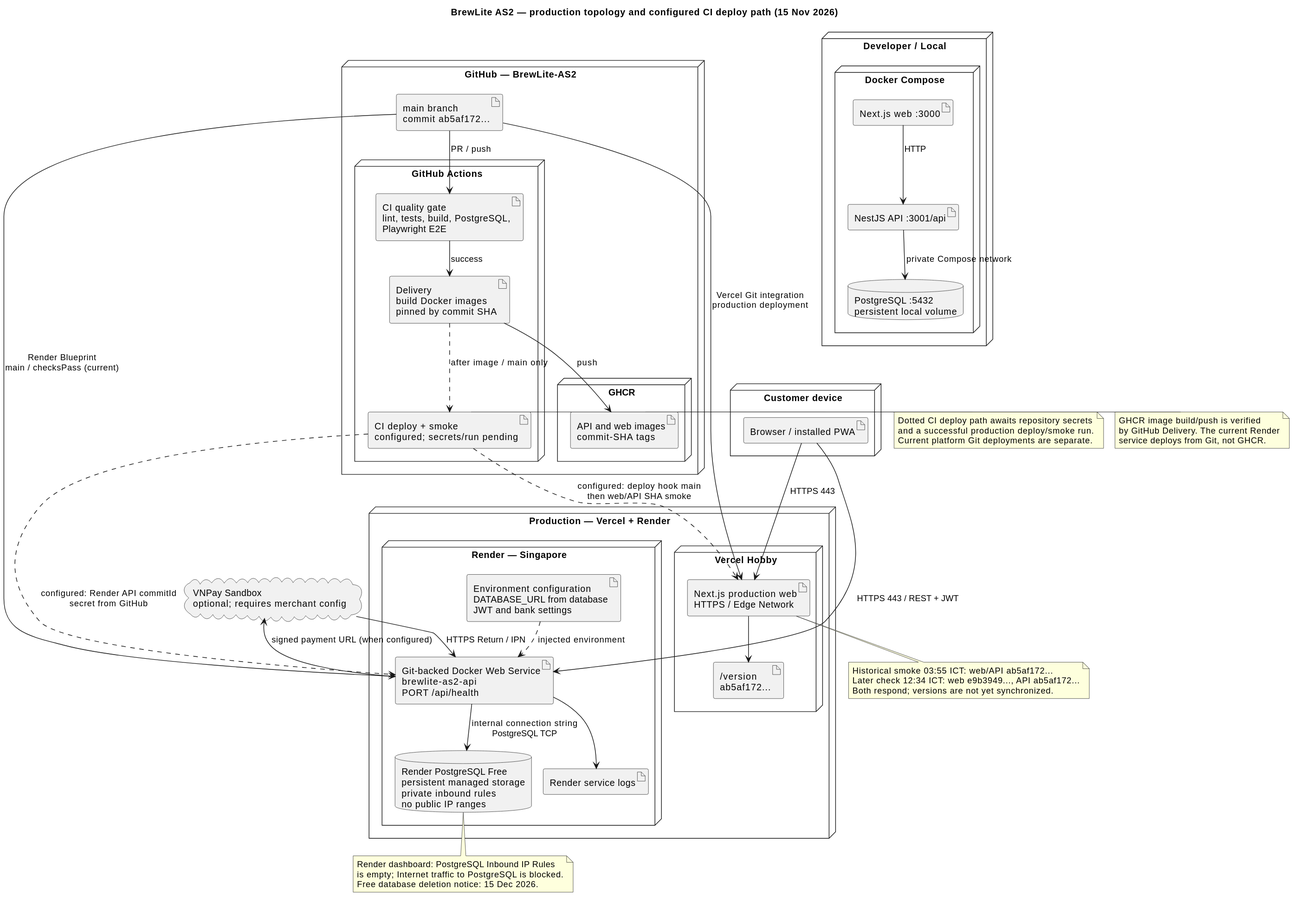
Earlier version of the PlantUML export docs/diagrams/deployment.svg (https-monstiez/BrewLite-AS2).
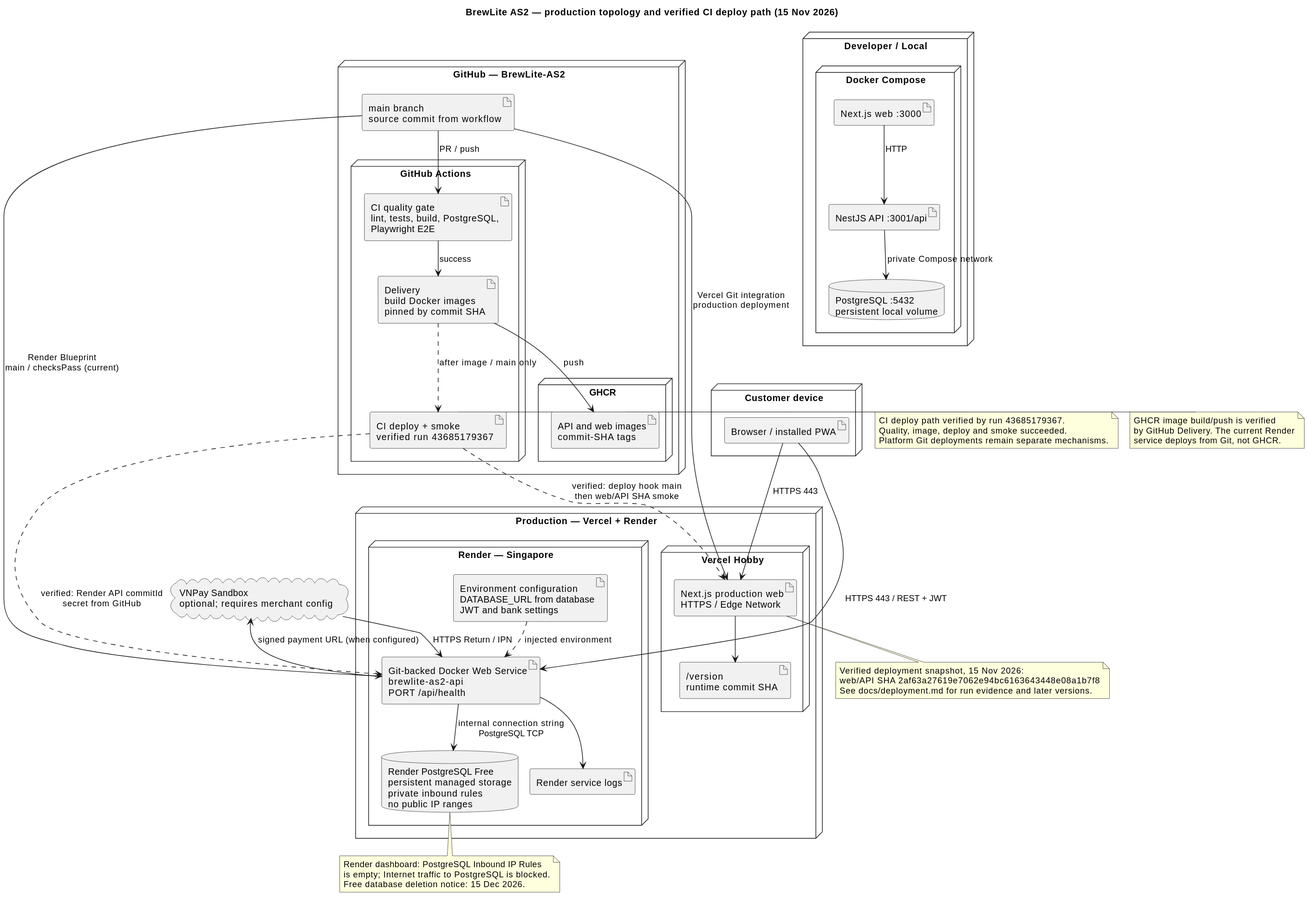
The same diagram one commit later.

Diff of the diagram source:
```diff
@@ -2,7 +2,7 @@
 !pragma layout smetana
 skinparam shadowing false
 skinparam defaultFontName SansSerif
-title BrewLite AS2 — production topology and configured CI deploy path (15 Nov 2026)
+title BrewLite AS2 — production topology and verified CI deploy path (15 Nov 2026)
 
 node "Developer / Local" {
   node "Docker Compose" {
@@ -15,11 +15,11 @@
 }
 
 node "GitHub — BrewLite-AS2" {
-  artifact "main branch\ncommit ab5af172..." as source
+  artifact "main branch\nsource commit from workflow" as source
   node "GitHub Actions" {
     artifact "CI quality gate\nlint, tests, build, PostgreSQL,\nPlaywright E2E" as ci
     artifact "Delivery\nbuild Docker images\npinned by commit SHA" as delivery
-    artifact "CI deploy + smoke\nconfigured; secrets/run pending" as cideploy
+    artifact "CI deploy + smoke\nverified run 43685179367" as cideploy
   }
   node "GHCR" {
     artifact "API and web images\ncommit-SHA tags" as images
@@ -32,7 +32,7 @@
 node "Production — Vercel + Render" {
   node "Vercel Hobby" {
     artifact "Next.js production web\nHTTPS / Edge Network" as web
-    artifact "/version\nab5af172..." as webversion
+    artifact "/version\nruntime commit SHA" as webversion
     web --> webversion
   }
   node "Render — Singapore" {
@@ -47,8 +47,8 @@
   source --> web : Vercel Git integration\nproduction deployment
   source --> api : Render Blueprint\nmain / checksPass (current)
   delivery ..> cideploy : after image / main only
-  cideploy ..> api : configured: Render API commitId\nsecret from GitHub
-  cideploy ..> web : configured: deploy hook main\nthen web/API SHA smoke
+  cideploy ..> api : verified: Render API commitId\nsecret from GitHub
+  cideploy ..> web : verified: deploy hook main\nthen web/API SHA smoke
 }
 
 node "Customer device" {
@@ -62,9 +62,9 @@
 vnp --> api : HTTPS Return / IPN
 
 note right of cideploy
-Dotted CI deploy path awaits repository secrets
-and a successful production deploy/smoke run.
-Current platform Git deployments are separate.
+CI deploy path verified by run 43685179367.
+Quality, image, deploy and smoke succeeded.
+Platform Git deployments remain separate mechanisms.
 end note
 note right of images
 GHCR image build/push is verified
@@ -77,8 +77,8 @@
 Free database deletion notice: 15 Dec 2026.
 end note
 note bottom of web
-Historical smoke 03:55 ICT: web/API ab5af172...
-Later check 12:34 ICT: web e9b3949..., API ab5af172...
-Both respond; versions are not yet synchronized.
+Verified deployment snapshot, 15 Nov 2026:
+web/API SHA 2af63a27619e7062e94bc6163643448e08a1b7f8
+See docs/deployment.md for run evidence and later versions.
 end note
 @enduml
```
